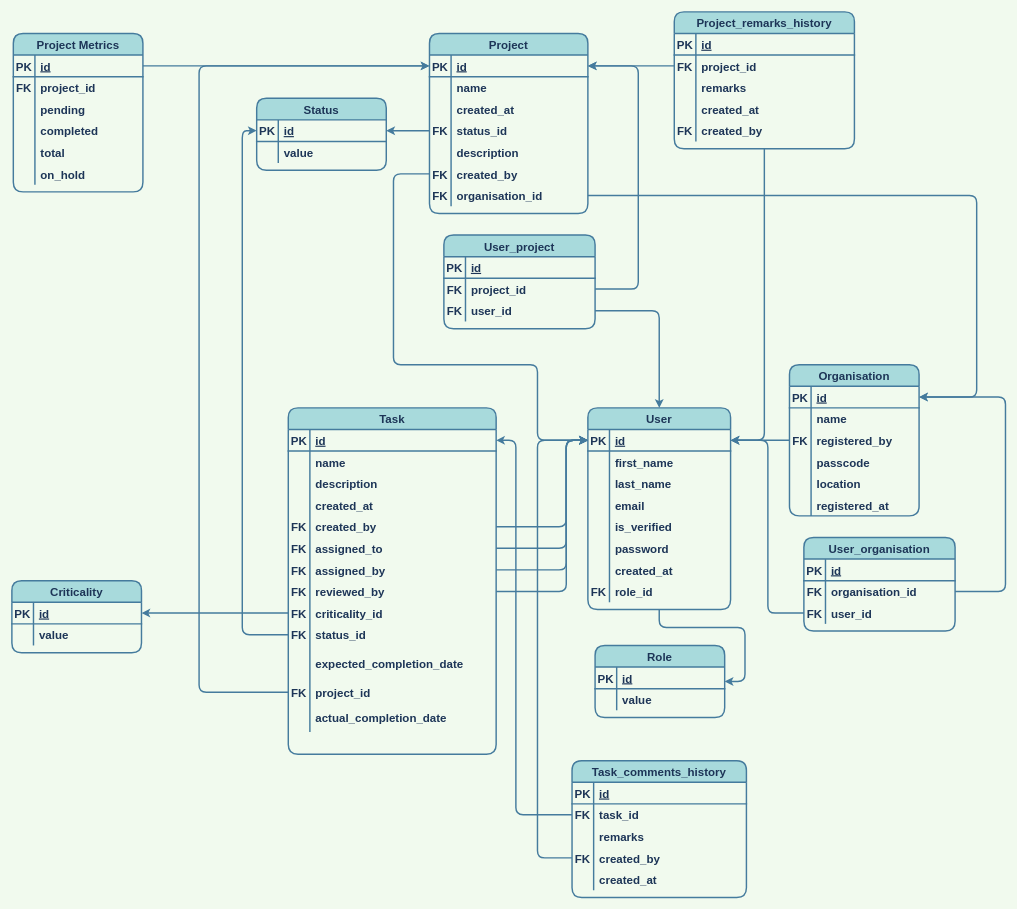
Earlier version of the draw.io diagram miscellaneous_stuff/iTrack.drawio (vishaltanwar96/Py-iTrack). Source tidied: cells renumbered, new cells numbered last; positions are measured from the earlier drawing's top-left corner, leaving out a move shared by most shapes. Both pictures are drawn from the tidied source at 72%, with x=0, y=0 at pixel (12, 12).
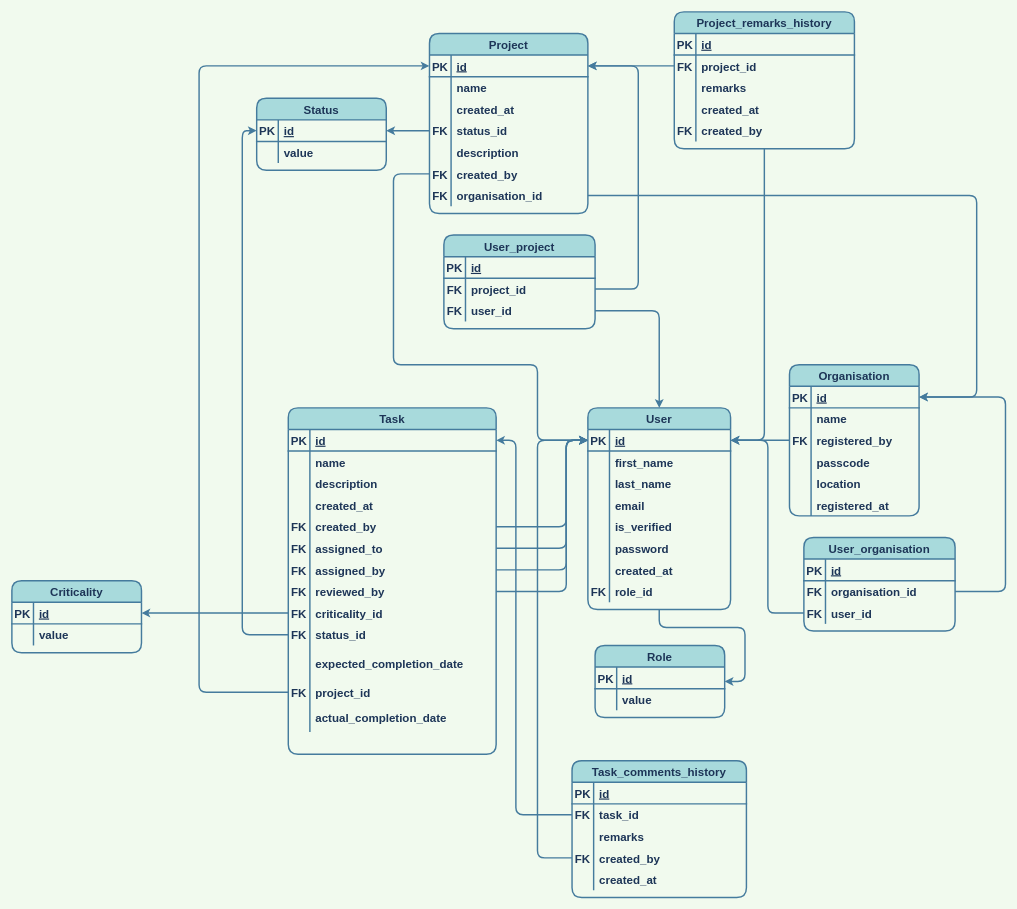
The same diagram, later.

Unchanged cells that the change refers to:
```xml
<mxCell id="19" style="shape=partialRectangle;fillColor=none;top=0;left=0;bottom=1;right=0;points=[[0,0.5],[1,0.5]];portConstraint=eastwest;fontFamily=Source Code Pro;FType=g;fontSize=16;fontStyle=1;textDirection=ltr;strokeColor=#457B9D;strokeWidth=2;fontColor=#1D3557;sketch=0;rounded=1;" parent="18" vertex="1">
  <mxGeometry y="30" width="220" height="30" as="geometry" />
</mxCell>
```

Change to the diagram source:
```diff
@@
-    <mxCell id="58" style="edgeStyle=orthogonalEdgeStyle;sketch=0;jettySize=auto;html=1;exitX=1;exitY=0.5;exitDx=0;exitDy=0;entryX=0;entryY=0.5;entryDx=0;entryDy=0;strokeColor=#457B9D;strokeWidth=2;fillColor=#A8DADC;fontColor=#1D3557;labelBackgroundColor=#F1FAEE;" parent="1" edge="1" source="60" target="19">
-      <mxGeometry relative="1" as="geometry" />
-    </mxCell>
-    <mxCell id="59" value="Project Metrics" style="shape=table;startSize=30;childLayout=tableLayout;rowLines=0;fontStyle=1;align=center;strokeColor=#457B9D;fillColor=#A8DADC;fontFamily=Source Code Pro;fontSize=16;strokeWidth=2;FType=g;fontColor=#1D3557;sketch=0;rounded=1;" parent="1" vertex="1">
-      <mxGeometry x="2" y="30" width="180" height="220" as="geometry" />
-    </mxCell>
-    <mxCell id="60" style="shape=partialRectangle;fillColor=none;top=0;left=0;bottom=1;right=0;points=[[0,0.5],[1,0.5]];portConstraint=eastwest;strokeColor=#457B9D;fontSize=16;fontFamily=Source Code Pro;fontStyle=1;strokeWidth=2;FType=g;fontColor=#1D3557;sketch=0;rounded=1;" parent="59" vertex="1">
-      <mxGeometry y="30" width="180" height="30" as="geometry" />
-    </mxCell>
-    <mxCell id="61" value="PK" style="shape=partialRectangle;fillColor=none;top=0;left=0;bottom=0;right=0;fontStyle=1;overflow=hidden;strokeColor=#457B9D;fontSize=16;fontFamily=Source Code Pro;strokeWidth=2;FType=g;fontColor=#1D3557;sketch=0;rounded=1;" parent="60" vertex="1">
-      <mxGeometry width="30" height="30" as="geometry" />
-    </mxCell>
-    <mxCell id="62" value="id" style="shape=partialRectangle;fillColor=none;top=0;left=0;bottom=0;right=0;align=left;spacingLeft=6;fontStyle=5;overflow=hidden;strokeColor=#457B9D;fontSize=16;fontFamily=Source Code Pro;strokeWidth=2;FType=g;fontColor=#1D3557;sketch=0;rounded=1;" parent="60" vertex="1">
-      <mxGeometry x="30" width="150" height="30" as="geometry" />
-    </mxCell>
-    <mxCell id="63" style="shape=partialRectangle;fillColor=none;top=0;left=0;bottom=0;right=0;strokeColor=#457B9D;fontSize=16;fontFamily=Source Code Pro;fontStyle=1;strokeWidth=2;FType=g;fontColor=#1D3557;sketch=0;rounded=1;" parent="59" vertex="1">
-      <mxGeometry y="60" width="180" height="30" as="geometry" />
-    </mxCell>
-    <mxCell id="64" value="FK" style="shape=partialRectangle;fillColor=none;top=0;left=0;bottom=0;right=0;overflow=hidden;strokeColor=#457B9D;fontSize=16;fontFamily=Source Code Pro;fontStyle=1;strokeWidth=2;FType=g;fontColor=#1D3557;sketch=0;rounded=1;" parent="63" vertex="1">
-      <mxGeometry width="30" height="30" as="geometry" />
-    </mxCell>
-    <mxCell id="65" value="project_id" style="shape=partialRectangle;fillColor=none;top=0;left=0;bottom=0;right=0;align=left;spacingLeft=6;overflow=hidden;strokeColor=#457B9D;fontSize=16;fontFamily=Source Code Pro;fontStyle=1;strokeWidth=2;FType=g;fontColor=#1D3557;sketch=0;rounded=1;" parent="63" vertex="1">
-      <mxGeometry x="30" width="150" height="30" as="geometry" />
-    </mxCell>
-    <mxCell id="66" style="shape=partialRectangle;fillColor=none;top=0;left=0;bottom=0;right=0;strokeColor=#457B9D;fontSize=16;fontFamily=Source Code Pro;fontStyle=1;strokeWidth=2;FType=g;fontColor=#1D3557;sketch=0;rounded=1;" parent="59" vertex="1">
-      <mxGeometry y="90" width="180" height="30" as="geometry" />
-    </mxCell>
-    <mxCell id="67" style="shape=partialRectangle;fillColor=none;top=0;left=0;bottom=0;right=0;overflow=hidden;strokeColor=#457B9D;fontSize=16;fontFamily=Source Code Pro;fontStyle=1;strokeWidth=2;FType=g;fontColor=#1D3557;sketch=0;rounded=1;" parent="66" vertex="1">
-      <mxGeometry width="30" height="30" as="geometry" />
-    </mxCell>
-    <mxCell id="68" value="pending" style="shape=partialRectangle;fillColor=none;top=0;left=0;bottom=0;right=0;align=left;spacingLeft=6;overflow=hidden;strokeColor=#457B9D;fontSize=16;fontFamily=Source Code Pro;fontStyle=1;strokeWidth=2;FType=g;fontColor=#1D3557;sketch=0;rounded=1;" parent="66" vertex="1">
-      <mxGeometry x="30" width="150" height="30" as="geometry" />
-    </mxCell>
-    <mxCell id="69" style="shape=partialRectangle;fillColor=none;top=0;left=0;bottom=0;right=0;strokeColor=#457B9D;fontFamily=Source Code Pro;fontSize=16;fontStyle=1;strokeWidth=2;FType=g;fontColor=#1D3557;sketch=0;rounded=1;" parent="59" vertex="1">
-      <mxGeometry y="120" width="180" height="30" as="geometry" />
-    </mxCell>
-    <mxCell id="70" style="shape=partialRectangle;fillColor=none;top=0;left=0;bottom=0;right=0;overflow=hidden;strokeColor=#457B9D;fontSize=16;fontFamily=Source Code Pro;fontStyle=1;strokeWidth=2;FType=g;fontColor=#1D3557;sketch=0;rounded=1;" parent="69" vertex="1">
-      <mxGeometry width="30" height="30" as="geometry" />
-    </mxCell>
-    <mxCell id="71" value="completed" style="shape=partialRectangle;fillColor=none;top=0;left=0;bottom=0;right=0;align=left;spacingLeft=6;overflow=hidden;strokeColor=#457B9D;fontSize=16;fontFamily=Source Code Pro;fontStyle=1;strokeWidth=2;FType=g;fontColor=#1D3557;sketch=0;rounded=1;" parent="69" vertex="1">
-      <mxGeometry x="30" width="150" height="30" as="geometry" />
-    </mxCell>
-    <mxCell id="72" style="shape=partialRectangle;fillColor=none;top=0;left=0;bottom=0;right=0;strokeColor=#457B9D;fontFamily=Source Code Pro;fontSize=16;fontStyle=1;strokeWidth=2;FType=g;fontColor=#1D3557;sketch=0;rounded=1;" parent="59" vertex="1">
-      <mxGeometry y="150" width="180" height="30" as="geometry" />
-    </mxCell>
-    <mxCell id="73" style="shape=partialRectangle;fillColor=none;top=0;left=0;bottom=0;right=0;overflow=hidden;strokeColor=#457B9D;fontSize=16;fontFamily=Source Code Pro;fontStyle=1;strokeWidth=2;FType=g;fontColor=#1D3557;sketch=0;rounded=1;" parent="72" vertex="1">
-      <mxGeometry width="30" height="30" as="geometry" />
-    </mxCell>
-    <mxCell id="74" value="total" style="shape=partialRectangle;fillColor=none;top=0;left=0;bottom=0;right=0;align=left;spacingLeft=6;overflow=hidden;strokeColor=#457B9D;fontSize=16;fontFamily=Source Code Pro;fontStyle=1;strokeWidth=2;FType=g;fontColor=#1D3557;sketch=0;rounded=1;" parent="72" vertex="1">
-      <mxGeometry x="30" width="150" height="30" as="geometry" />
-    </mxCell>
-    <mxCell id="75" style="shape=partialRectangle;fillColor=none;top=0;left=0;bottom=0;right=0;strokeColor=#457B9D;fontSize=16;fontFamily=Source Code Pro;fontStyle=1;strokeWidth=2;FType=g;fontColor=#1D3557;sketch=0;rounded=1;" parent="59" vertex="1">
-      <mxGeometry y="180" width="180" height="30" as="geometry" />
-    </mxCell>
-    <mxCell id="76" style="shape=partialRectangle;fillColor=none;top=0;left=0;bottom=0;right=0;overflow=hidden;strokeColor=#457B9D;fontSize=16;fontFamily=Source Code Pro;fontStyle=1;strokeWidth=2;FType=g;fontColor=#1D3557;sketch=0;rounded=1;" parent="75" vertex="1">
-      <mxGeometry width="30" height="30" as="geometry" />
-    </mxCell>
-    <mxCell id="77" value="on_hold" style="shape=partialRectangle;fillColor=none;top=0;left=0;bottom=0;right=0;align=left;spacingLeft=6;overflow=hidden;strokeColor=#457B9D;fontSize=16;fontFamily=Source Code Pro;fontStyle=1;strokeWidth=2;FType=g;fontColor=#1D3557;sketch=0;rounded=1;" parent="75" vertex="1">
-      <mxGeometry x="30" width="150" height="30" as="geometry" />
-    </mxCell>
```
